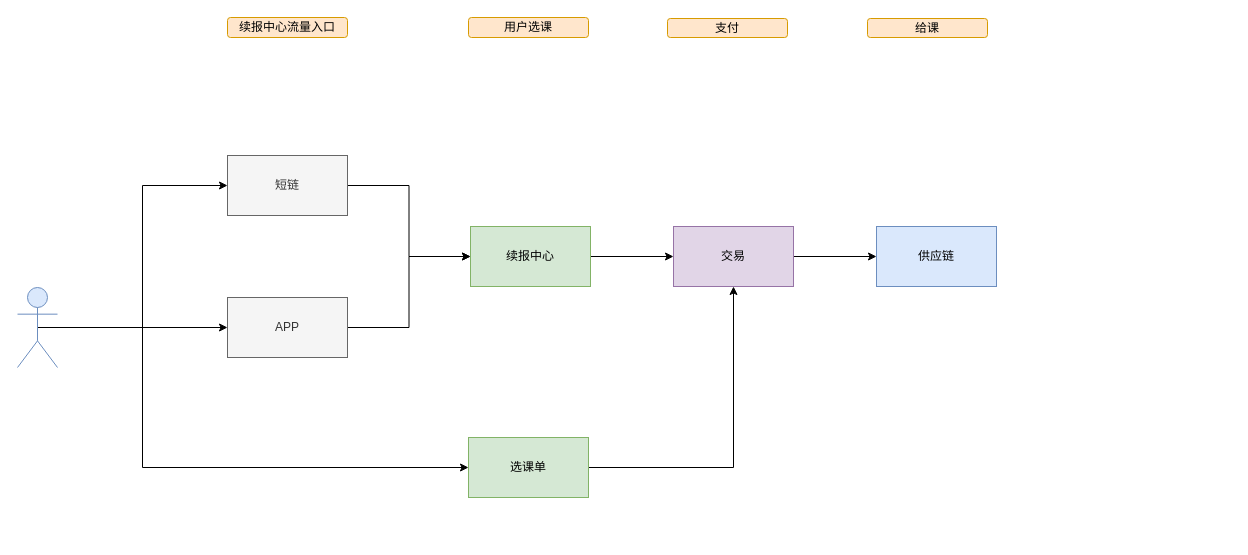
LanSeTianYe/draw keeps this draw.io diagram as xiwang/续报链路_a.drawio. Above is the earlier version. Source tidied: cells renumbered, new cells numbered last; positions are measured from the earlier drawing's top-left corner, leaving out a move shared by most shapes. Both pictures are drawn from the tidied source at 100%, with x=0, y=0 at pixel (17, 17).
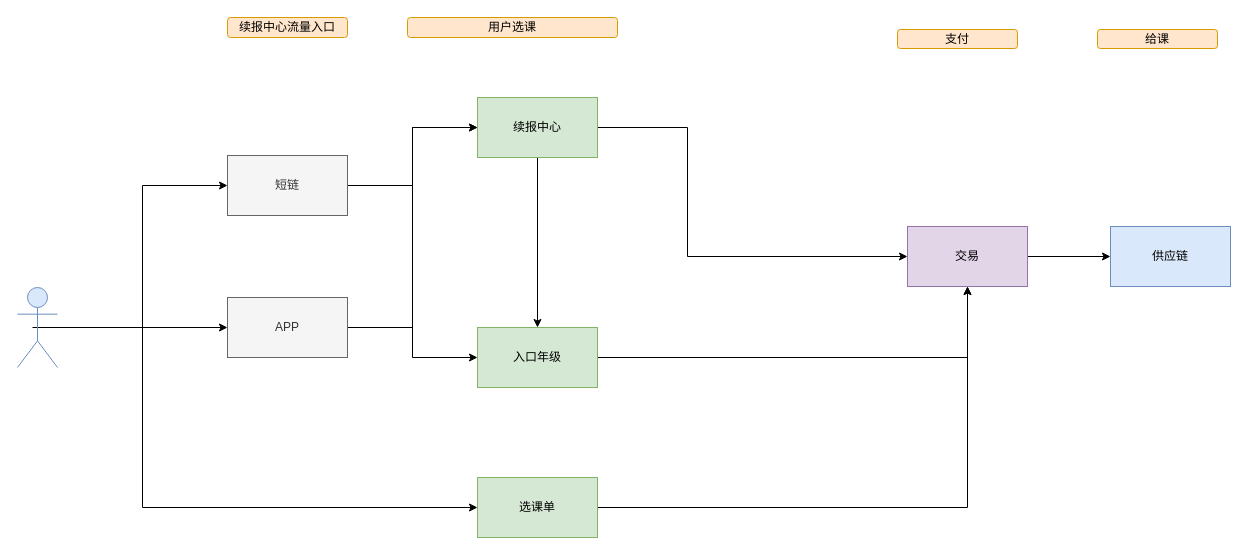
After the change.

Commit message:
更新续报链路_a.drawio

Unchanged cells that the change refers to:
```xml
<mxCell id="5" value="短链" style="rounded=0;whiteSpace=wrap;html=1;fillColor=#f5f5f5;strokeColor=#666666;fontColor=#333333;" parent="1" vertex="1">
  <mxGeometry x="210" y="138" width="120" height="60" as="geometry" />
</mxCell>
```

The edit, as a diff of the source:
```diff
@@
-    <mxCell id="2" style="edgeStyle=orthogonalEdgeStyle;rounded=0;jettySize=auto;html=1;exitX=1;exitY=0.5;exitDx=0;exitDy=0;" parent="1" edge="1" source="3" target="9">
-      <mxGeometry relative="1" as="geometry" />
+    <mxCell id="2" style="edgeStyle=orthogonalEdgeStyle;rounded=0;jettySize=auto;html=1;exitX=1;exitY=0.5;exitDx=0;exitDy=0;entryX=0;entryY=0.5;entryDx=0;entryDy=0;" parent="1" edge="1" source="3" target="9">
+      <mxGeometry relative="1" as="geometry">
+        <Array as="points">
+          <mxPoint x="670" y="110" />
+          <mxPoint x="670" y="239" />
+        </Array>
+      </mxGeometry>
     </mxCell>
+    <mxCell id="21" style="edgeStyle=orthogonalEdgeStyle;rounded=0;jettySize=auto;html=1;exitX=0.5;exitY=1;exitDx=0;exitDy=0;entryX=0.5;entryY=0;entryDx=0;entryDy=0;" parent="1" edge="1" source="3" target="25">
+      <mxGeometry relative="1" as="geometry" />
+    </mxCell>
     <mxCell id="3" value="续报中心" style="rounded=0;whiteSpace=wrap;html=1;fillColor=#d5e8d4;strokeColor=#82b366;" parent="1" vertex="1">
-      <mxGeometry x="453" y="209" width="120" height="60" as="geometry" />
+      <mxGeometry x="460" y="80" width="120" height="60" as="geometry" />
     </mxCell>
@@
+    <mxCell id="22" style="edgeStyle=orthogonalEdgeStyle;rounded=0;jettySize=auto;html=1;exitX=1;exitY=0.5;exitDx=0;exitDy=0;entryX=0;entryY=0.5;entryDx=0;entryDy=0;" parent="1" edge="1" source="5" target="25">
+      <mxGeometry relative="1" as="geometry" />
+    </mxCell>
@@
     <mxCell id="9" value="交易" style="rounded=0;whiteSpace=wrap;html=1;fillColor=#e1d5e7;strokeColor=#9673a6;" parent="1" vertex="1">
-      <mxGeometry x="656" y="209" width="120" height="60" as="geometry" />
+      <mxGeometry x="890" y="209" width="120" height="60" as="geometry" />
     </mxCell>
     <mxCell id="10" value="供应链" style="rounded=0;whiteSpace=wrap;html=1;fillColor=#dae8fc;strokeColor=#6c8ebf;" parent="1" vertex="1">
-      <mxGeometry x="859" y="209" width="120" height="60" as="geometry" />
+      <mxGeometry x="1093" y="209" width="120" height="60" as="geometry" />
     </mxCell>
@@
-    <mxCell id="13" style="edgeStyle=orthogonalEdgeStyle;rounded=0;jettySize=auto;html=1;entryX=0;entryY=0.5;entryDx=0;entryDy=0;" parent="1" edge="1" target="16">
-      <mxGeometry relative="1" as="geometry">
-        <mxPoint x="40" y="310" as="sourcePoint" />
-        <Array as="points">
-          <mxPoint x="125" y="310" />
-          <mxPoint x="125" y="450" />
-        </Array>
-      </mxGeometry>
-    </mxCell>
+    <mxCell id="23" style="edgeStyle=orthogonalEdgeStyle;rounded=0;jettySize=auto;html=1;exitX=0.5;exitY=0.5;exitDx=0;exitDy=0;exitPerimeter=0;" parent="1" edge="1" target="16">
+      <mxGeometry relative="1" as="geometry">
+        <mxPoint x="15" y="310" as="sourcePoint" />
+        <Array as="points">
+          <mxPoint x="125" y="310" />
+          <mxPoint x="125" y="490" />
+        </Array>
+      </mxGeometry>
+    </mxCell>
@@
     <mxCell id="16" value="选课单" style="rounded=0;whiteSpace=wrap;html=1;fillColor=#d5e8d4;strokeColor=#82b366;" parent="1" vertex="1">
-      <mxGeometry x="451" y="420" width="120" height="60" as="geometry" />
+      <mxGeometry x="460" y="460" width="120" height="60" as="geometry" />
     </mxCell>
@@
     <mxCell id="18" value="&lt;span style=&quot;text-wrap: nowrap;&quot;&gt;用户选课&lt;/span&gt;" style="rounded=1;whiteSpace=wrap;html=1;fillColor=#ffe6cc;strokeColor=#d79b00;" parent="1" vertex="1">
-      <mxGeometry x="451" width="120" height="20" as="geometry" />
+      <mxGeometry x="390" width="210" height="20" as="geometry" />
     </mxCell>
     <mxCell id="19" value="&lt;span style=&quot;text-wrap: nowrap;&quot;&gt;支付&lt;/span&gt;" style="rounded=1;whiteSpace=wrap;html=1;fillColor=#ffe6cc;strokeColor=#d79b00;" parent="1" vertex="1">
-      <mxGeometry x="650" y="1" width="120" height="19" as="geometry" />
+      <mxGeometry x="880" y="12" width="120" height="19" as="geometry" />
     </mxCell>
     <mxCell id="20" value="&lt;span style=&quot;text-wrap: nowrap;&quot;&gt;给课&lt;/span&gt;" style="rounded=1;whiteSpace=wrap;html=1;fillColor=#ffe6cc;strokeColor=#d79b00;" parent="1" vertex="1">
-      <mxGeometry x="850" y="1" width="120" height="19" as="geometry" />
+      <mxGeometry x="1080" y="12" width="120" height="19" as="geometry" />
     </mxCell>
+    <mxCell id="24" style="edgeStyle=orthogonalEdgeStyle;rounded=0;jettySize=auto;html=1;exitX=1;exitY=0.5;exitDx=0;exitDy=0;entryX=0.5;entryY=1;entryDx=0;entryDy=0;" parent="1" edge="1" source="25" target="9">
+      <mxGeometry relative="1" as="geometry" />
+    </mxCell>
+    <mxCell id="25" value="入口年级" style="rounded=0;whiteSpace=wrap;html=1;fillColor=#d5e8d4;strokeColor=#82b366;" parent="1" vertex="1">
+      <mxGeometry x="460" y="310" width="120" height="60" as="geometry" />
+    </mxCell>
```
